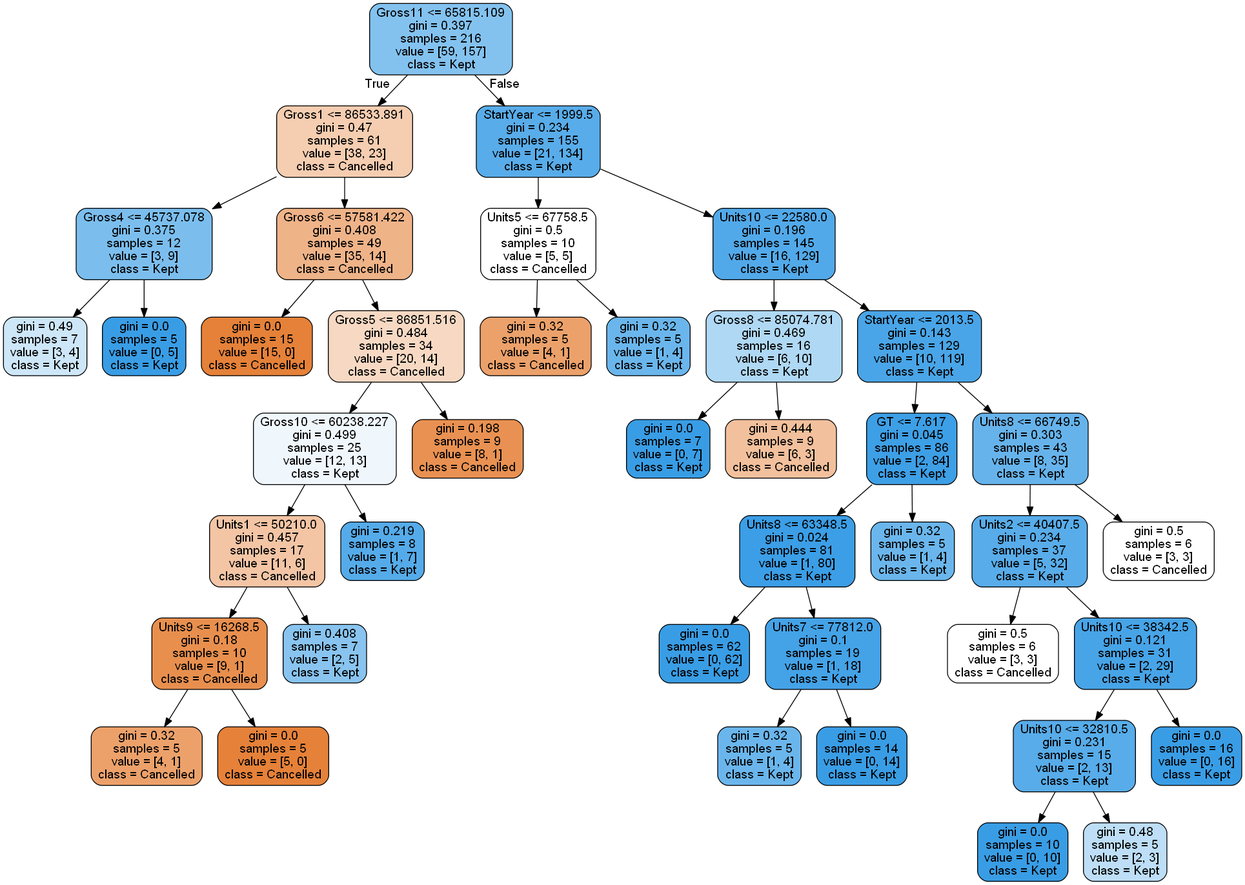
This is tree.png from christopherpease/ComicSales, a Graphviz export, as it was before one commit. Its source is kept beside it as tree.dot.
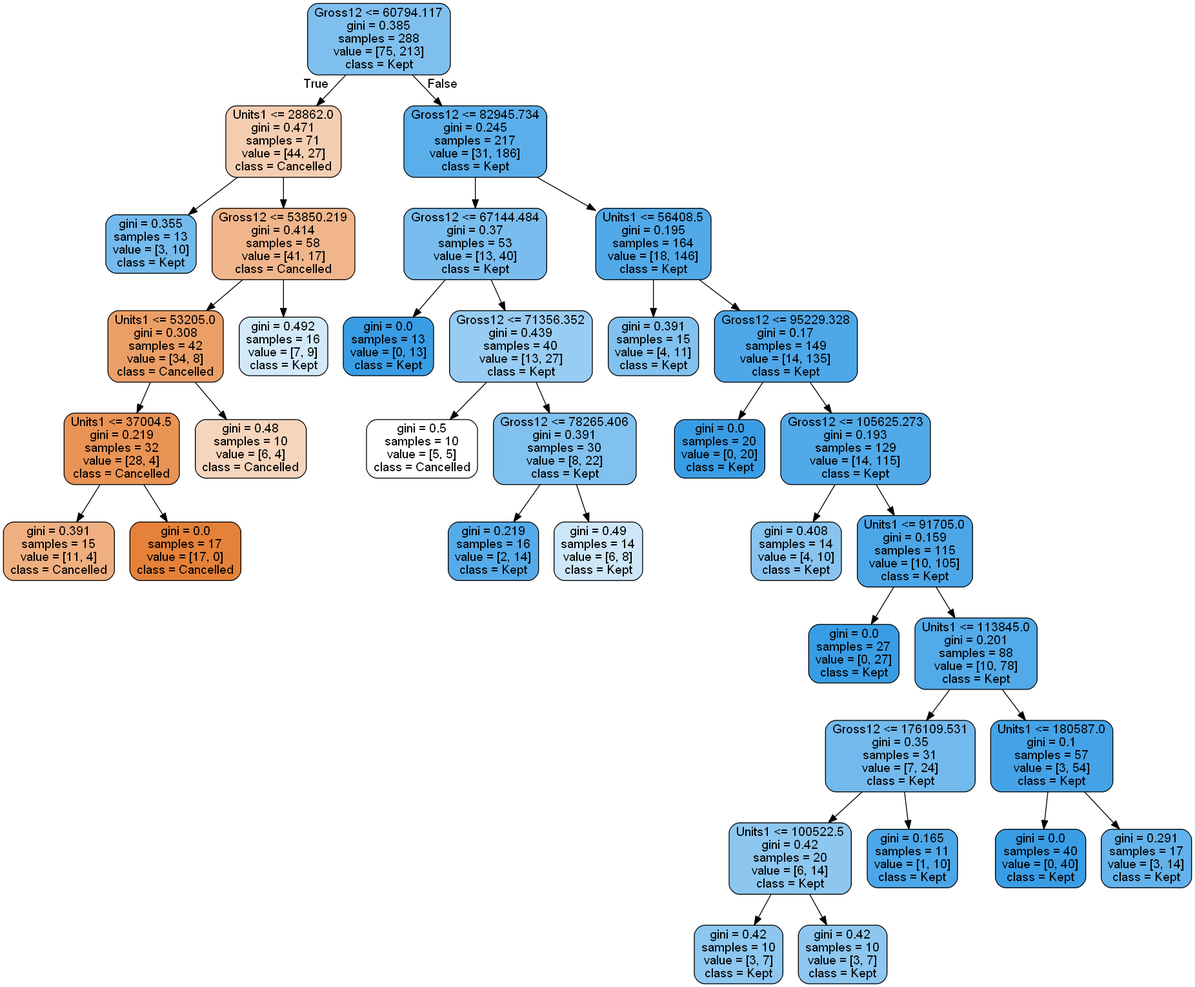
After the commit.

Change to the diagram source:
```diff
@@ -1,85 +1,73 @@
 digraph Tree {
 node [shape=box, style="filled, rounded", color="black", fontname=helvetica] ;
 edge [fontname=helvetica] ;
-0 [label="Gross11 <= 65815.109\ngini = 0.397\nsamples = 216\nvalue = [59, 157]\nclass = Kept", fillcolor="#399de59f"] ;
-1 [label="Gross1 <= 86533.891\ngini = 0.47\nsamples = 61\nvalue = [38, 23]\nclass = Cancelled", fillcolor="#e5813965"] ;
+0 [label="Gross12 <= 60794.117\ngini = 0.385\nsamples = 288\nvalue = [75, 213]\nclass = Kept", fillcolor="#399de5a5"] ;
+1 [label="Units1 <= 28862.0\ngini = 0.471\nsamples = 71\nvalue = [44, 27]\nclass = Cancelled", fillcolor="#e5813963"] ;
 0 -> 1 [labeldistance=2.5, labelangle=45, headlabel="True"] ;
-2 [label="Gross4 <= 45737.078\ngini = 0.375\nsamples = 12\nvalue = [3, 9]\nclass = Kept", fillcolor="#399de5aa"] ;
+2 [label="gini = 0.355\nsamples = 13\nvalue = [3, 10]\nclass = Kept", fillcolor="#399de5b3"] ;
 1 -> 2 ;
-3 [label="gini = 0.49\nsamples = 7\nvalue = [3, 4]\nclass = Kept", fillcolor="#399de540"] ;
-2 -> 3 ;
-4 [label="gini = 0.0\nsamples = 5\nvalue = [0, 5]\nclass = Kept", fillcolor="#399de5ff"] ;
-2 -> 4 ;
-5 [label="Gross6 <= 57581.422\ngini = 0.408\nsamples = 49\nvalue = [35, 14]\nclass = Cancelled", fillcolor="#e5813999"] ;
-1 -> 5 ;
-6 [label="gini = 0.0\nsamples = 15\nvalue = [15, 0]\nclass = Cancelled", fillcolor="#e58139ff"] ;
+3 [label="Gross12 <= 53850.219\ngini = 0.414\nsamples = 58\nvalue = [41, 17]\nclass = Cancelled", fillcolor="#e5813995"] ;
+1 -> 3 ;
+4 [label="Units1 <= 53205.0\ngini = 0.308\nsamples = 42\nvalue = [34, 8]\nclass = Cancelled", fillcolor="#e58139c3"] ;
+3 -> 4 ;
+5 [label="Units1 <= 37004.5\ngini = 0.219\nsamples = 32\nvalue = [28, 4]\nclass = Cancelled", fillcolor="#e58139db"] ;
+4 -> 5 ;
+6 [label="gini = 0.391\nsamples = 15\nvalue = [11, 4]\nclass = Cancelled", fillcolor="#e58139a2"] ;
 5 -> 6 ;
-7 [label="Gross5 <= 86851.516\ngini = 0.484\nsamples = 34\nvalue = [20, 14]\nclass = Cancelled", fillcolor="#e581394d"] ;
+7 [label="gini = 0.0\nsamples = 17\nvalue = [17, 0]\nclass = Cancelled", fillcolor="#e58139ff"] ;
 5 -> 7 ;
-8 [label="Gross10 <= 60238.227\ngini = 0.499\nsamples = 25\nvalue = [12, 13]\nclass = Kept", fillcolor="#399de514"] ;
-7 -> 8 ;
-9 [label="Units1 <= 50210.0\ngini = 0.457\nsamples = 17\nvalue = [11, 6]\nclass = Cancelled", fillcolor="#e5813974"] ;
-8 -> 9 ;
-10 [label="Units9 <= 16268.5\ngini = 0.18\nsamples = 10\nvalue = [9, 1]\nclass = Cancelled", fillcolor="#e58139e3"] ;
-9 -> 10 ;
-11 [label="gini = 0.32\nsamples = 5\nvalue = [4, 1]\nclass = Cancelled", fillcolor="#e58139bf"] ;
+8 [label="gini = 0.48\nsamples = 10\nvalue = [6, 4]\nclass = Cancelled", fillcolor="#e5813955"] ;
+4 -> 8 ;
+9 [label="gini = 0.492\nsamples = 16\nvalue = [7, 9]\nclass = Kept", fillcolor="#399de539"] ;
+3 -> 9 ;
+10 [label="Gross12 <= 82945.734\ngini = 0.245\nsamples = 217\nvalue = [31, 186]\nclass = Kept", fillcolor="#399de5d4"] ;
+0 -> 10 [labeldistance=2.5, labelangle=-45, headlabel="False"] ;
+11 [label="Gross12 <= 67144.484\ngini = 0.37\nsamples = 53\nvalue = [13, 40]\nclass = Kept", fillcolor="#399de5ac"] ;
 10 -> 11 ;
-12 [label="gini = 0.0\nsamples = 5\nvalue = [5, 0]\nclass = Cancelled", fillcolor="#e58139ff"] ;
-10 -> 12 ;
-13 [label="gini = 0.408\nsamples = 7\nvalue = [2, 5]\nclass = Kept", fillcolor="#399de599"] ;
-9 -> 13 ;
-14 [label="gini = 0.219\nsamples = 8\nvalue = [1, 7]\nclass = Kept", fillcolor="#399de5db"] ;
-8 -> 14 ;
-15 [label="gini = 0.198\nsamples = 9\nvalue = [8, 1]\nclass = Cancelled", fillcolor="#e58139df"] ;
-7 -> 15 ;
-16 [label="StartYear <= 1999.5\ngini = 0.234\nsamples = 155\nvalue = [21, 134]\nclass = Kept", fillcolor="#399de5d7"] ;
-0 -> 16 [labeldistance=2.5, labelangle=-45, headlabel="False"] ;
-17 [label="Units5 <= 67758.5\ngini = 0.5\nsamples = 10\nvalue = [5, 5]\nclass = Cancelled", fillcolor="#e5813900"] ;
-16 -> 17 ;
-18 [label="gini = 0.32\nsamples = 5\nvalue = [4, 1]\nclass = Cancelled", fillcolor="#e58139bf"] ;
-17 -> 18 ;
-19 [label="gini = 0.32\nsamples = 5\nvalue = [1, 4]\nclass = Kept", fillcolor="#399de5bf"] ;
-17 -> 19 ;
-20 [label="Units10 <= 22580.0\ngini = 0.196\nsamples = 145\nvalue = [16, 129]\nclass = Kept", fillcolor="#399de5df"] ;
-16 -> 20 ;
-21 [label="Gross8 <= 85074.781\ngini = 0.469\nsamples = 16\nvalue = [6, 10]\nclass = Kept", fillcolor="#399de566"] ;
+12 [label="gini = 0.0\nsamples = 13\nvalue = [0, 13]\nclass = Kept", fillcolor="#399de5ff"] ;
+11 -> 12 ;
+13 [label="Gross12 <= 71356.352\ngini = 0.439\nsamples = 40\nvalue = [13, 27]\nclass = Kept", fillcolor="#399de584"] ;
+11 -> 13 ;
+14 [label="gini = 0.5\nsamples = 10\nvalue = [5, 5]\nclass = Cancelled", fillcolor="#e5813900"] ;
+13 -> 14 ;
+15 [label="Gross12 <= 78265.406\ngini = 0.391\nsamples = 30\nvalue = [8, 22]\nclass = Kept", fillcolor="#399de5a2"] ;
+13 -> 15 ;
+16 [label="gini = 0.219\nsamples = 16\nvalue = [2, 14]\nclass = Kept", fillcolor="#399de5db"] ;
+15 -> 16 ;
+17 [label="gini = 0.49\nsamples = 14\nvalue = [6, 8]\nclass = Kept", fillcolor="#399de540"] ;
+15 -> 17 ;
+18 [label="Units1 <= 56408.5\ngini = 0.195\nsamples = 164\nvalue = [18, 146]\nclass = Kept", fillcolor="#399de5e0"] ;
+10 -> 18 ;
+19 [label="gini = 0.391\nsamples = 15\nvalue = [4, 11]\nclass = Kept", fillcolor="#399de5a2"] ;
+18 -> 19 ;
+20 [label="Gross12 <= 95229.328\ngini = 0.17\nsamples = 149\nvalue = [14, 135]\nclass = Kept", fillcolor="#399de5e5"] ;
+18 -> 20 ;
+21 [label="gini = 0.0\nsamples = 20\nvalue = [0, 20]\nclass = Kept", fillcolor="#399de5ff"] ;
 20 -> 21 ;
-22 [label="gini = 0.0\nsamples = 7\nvalue = [0, 7]\nclass = Kept", fillcolor="#399de5ff"] ;
-21 -> 22 ;
-23 [label="gini = 0.444\nsamples = 9\nvalue = [6, 3]\nclass = Cancelled", fillcolor="#e581397f"] ;
-21 -> 23 ;
-24 [label="StartYear <= 2013.5\ngini = 0.143\nsamples = 129\nvalue = [10, 119]\nclass = Kept", fillcolor="#399de5ea"] ;
-20 -> 24 ;
-25 [label="GT <= 7.617\ngini = 0.045\nsamples = 86\nvalue = [2, 84]\nclass = Kept", fillcolor="#399de5f9"] ;
+22 [label="Gross12 <= 105625.273\ngini = 0.193\nsamples = 129\nvalue = [14, 115]\nclass = Kept", fillcolor="#399de5e0"] ;
+20 -> 22 ;
+23 [label="gini = 0.408\nsamples = 14\nvalue = [4, 10]\nclass = Kept", fillcolor="#399de599"] ;
+22 -> 23 ;
+24 [label="Units1 <= 91705.0\ngini = 0.159\nsamples = 115\nvalue = [10, 105]\nclass = Kept", fillcolor="#399de5e7"] ;
+22 -> 24 ;
+25 [label="gini = 0.0\nsamples = 27\nvalue = [0, 27]\nclass = Kept", fillcolor="#399de5ff"] ;
 24 -> 25 ;
-26 [label="Units8 <= 63348.5\ngini = 0.024\nsamples = 81\nvalue = [1, 80]\nclass = Kept", fillcolor="#399de5fc"] ;
-25 -> 26 ;
-27 [label="gini = 0.0\nsamples = 62\nvalue = [0, 62]\nclass = Kept", fillcolor="#399de5ff"] ;
+26 [label="Units1 <= 113845.0\ngini = 0.201\nsamples = 88\nvalue = [10, 78]\nclass = Kept", fillcolor="#399de5de"] ;
+24 -> 26 ;
+27 [label="Gross12 <= 176109.531\ngini = 0.35\nsamples = 31\nvalue = [7, 24]\nclass = Kept", fillcolor="#399de5b5"] ;
 26 -> 27 ;
-28 [label="Units7 <= 77812.0\ngini = 0.1\nsamples = 19\nvalue = [1, 18]\nclass = Kept", fillcolor="#399de5f1"] ;
-26 -> 28 ;
-29 [label="gini = 0.32\nsamples = 5\nvalue = [1, 4]\nclass = Kept", fillcolor="#399de5bf"] ;
+28 [label="Units1 <= 100522.5\ngini = 0.42\nsamples = 20\nvalue = [6, 14]\nclass = Kept", fillcolor="#399de592"] ;
+27 -> 28 ;
+29 [label="gini = 0.42\nsamples = 10\nvalue = [3, 7]\nclass = Kept", fillcolor="#399de592"] ;
 28 -> 29 ;
-30 [label="gini = 0.0\nsamples = 14\nvalue = [0, 14]\nclass = Kept", fillcolor="#399de5ff"] ;
+30 [label="gini = 0.42\nsamples = 10\nvalue = [3, 7]\nclass = Kept", fillcolor="#399de592"] ;
 28 -> 30 ;
-31 [label="gini = 0.32\nsamples = 5\nvalue = [1, 4]\nclass = Kept", fillcolor="#399de5bf"] ;
-25 -> 31 ;
-32 [label="Units8 <= 66749.5\ngini = 0.303\nsamples = 43\nvalue = [8, 35]\nclass = Kept", fillcolor="#399de5c5"] ;
-24 -> 32 ;
-33 [label="Units2 <= 40407.5\ngini = 0.234\nsamples = 37\nvalue = [5, 32]\nclass = Kept", fillcolor="#399de5d7"] ;
+31 [label="gini = 0.165\nsamples = 11\nvalue = [1, 10]\nclass = Kept", fillcolor="#399de5e6"] ;
+27 -> 31 ;
+32 [label="Units1 <= 180587.0\ngini = 0.1\nsamples = 57\nvalue = [3, 54]\nclass = Kept", fillcolor="#399de5f1"] ;
+26 -> 32 ;
+33 [label="gini = 0.0\nsamples = 40\nvalue = [0, 40]\nclass = Kept", fillcolor="#399de5ff"] ;
 32 -> 33 ;
-34 [label="gini = 0.5\nsamples = 6\nvalue = [3, 3]\nclass = Cancelled", fillcolor="#e5813900"] ;
-33 -> 34 ;
-35 [label="Units10 <= 38342.5\ngini = 0.121\nsamples = 31\nvalue = [2, 29]\nclass = Kept", fillcolor="#399de5ed"] ;
-33 -> 35 ;
-36 [label="Units10 <= 32810.5\ngini = 0.231\nsamples = 15\nvalue = [2, 13]\nclass = Kept", fillcolor="#399de5d8"] ;
-35 -> 36 ;
-37 [label="gini = 0.0\nsamples = 10\nvalue = [0, 10]\nclass = Kept", fillcolor="#399de5ff"] ;
-36 -> 37 ;
-38 [label="gini = 0.48\nsamples = 5\nvalue = [2, 3]\nclass = Kept", fillcolor="#399de555"] ;
-36 -> 38 ;
-39 [label="gini = 0.0\nsamples = 16\nvalue = [0, 16]\nclass = Kept", fillcolor="#399de5ff"] ;
-35 -> 39 ;
-40 [label="gini = 0.5\nsamples = 6\nvalue = [3, 3]\nclass = Cancelled", fillcolor="#e5813900"] ;
-32 -> 40 ;
+34 [label="gini = 0.291\nsamples = 17\nvalue = [3, 14]\nclass = Kept", fillcolor="#399de5c8"] ;
+32 -> 34 ;
 }
```
